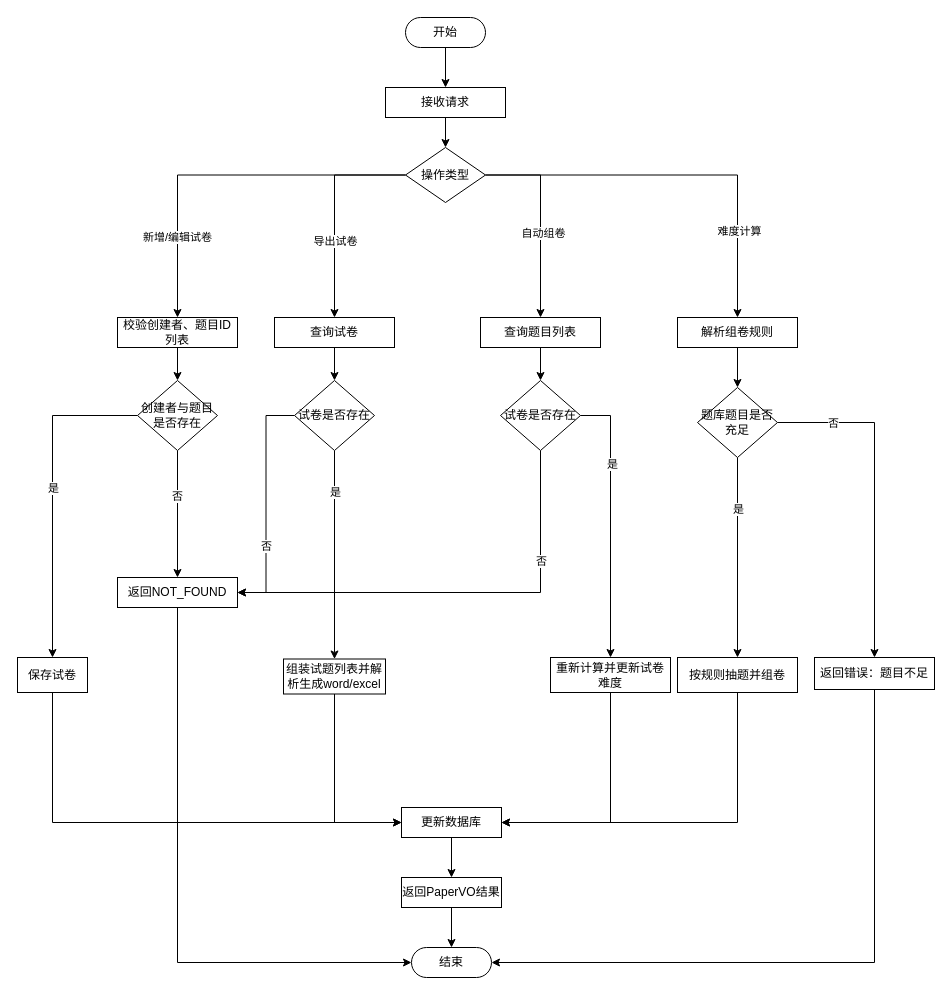
Above: page "试卷管理模块流程图" (9 of 13) of 题库E-R.drawio in ChenLiheng/question-project (draw.io), before the change. Source tidied: cells renumbered, new cells numbered last; positions are measured from the earlier drawing's top-left corner, leaving out a move shared by most shapes. Both pictures are drawn from the tidied source at 100%, with x=0, y=0 at pixel (17, 17).
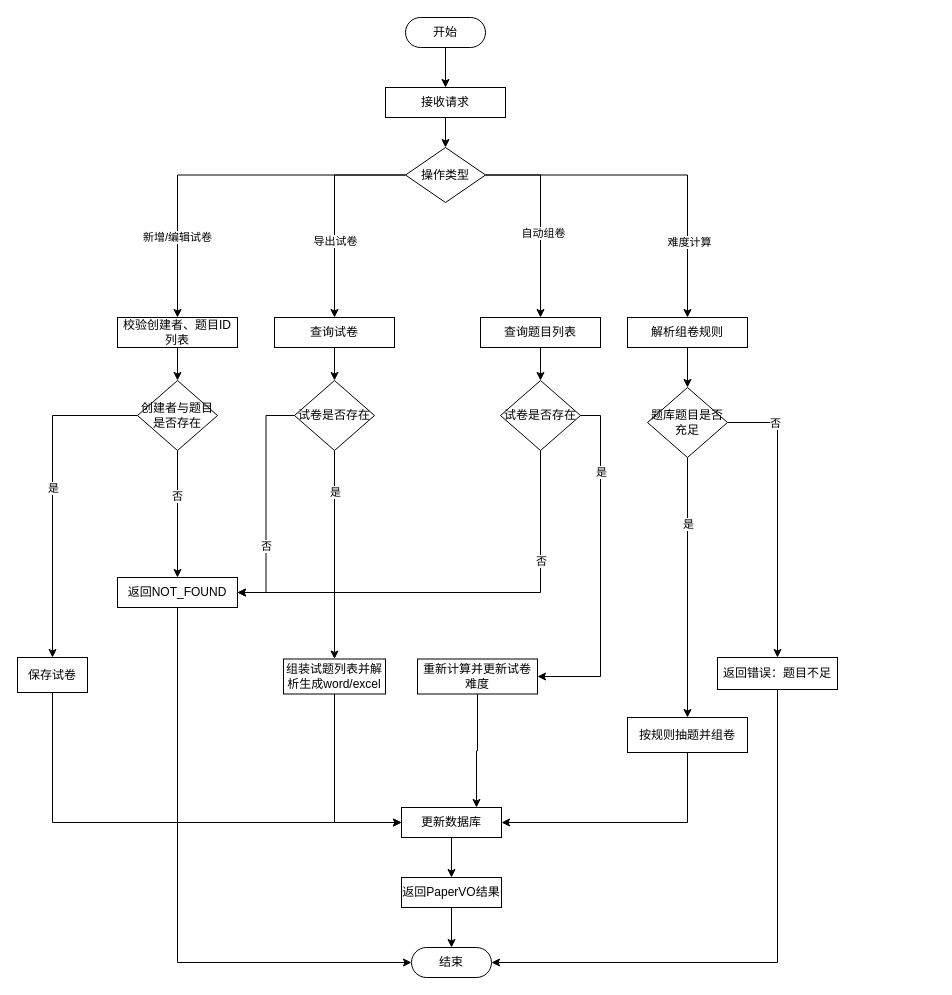
The same page after the edit.

Unchanged cells that the change refers to:
```xml
<mxCell id="42" value="试卷是否存在" style="rhombus;whiteSpace=wrap;html=1;dashed=0;" parent="1" vertex="1">
  <mxGeometry x="483" y="363" width="80" height="70" as="geometry" />
</mxCell>
<mxCell id="52" value="更新数据库" style="html=1;dashed=0;whiteSpace=wrap;" parent="1" vertex="1">
  <mxGeometry x="384" y="790" width="100" height="30" as="geometry" />
</mxCell>
<mxCell id="57" value="返回NOT_FOUND" style="whiteSpace=wrap;html=1;dashed=0;" parent="1" vertex="1">
  <mxGeometry x="100" y="560" width="120" height="30" as="geometry" />
</mxCell>
```

Diff of the diagram source:
```diff
@@
     <mxCell id="20" value="解析组卷规则" style="whiteSpace=wrap;html=1;dashed=0;" parent="1" vertex="1">
-      <mxGeometry x="660" y="300" width="120" height="30" as="geometry" />
+      <mxGeometry x="610" y="300" width="120" height="30" as="geometry" />
     </mxCell>
@@
-    <mxCell id="34" style="edgeStyle=orthogonalEdgeStyle;rounded=0;jettySize=auto;html=1;" parent="1" edge="1" source="38" target="48">
+    <mxCell id="34" style="edgeStyle=orthogonalEdgeStyle;rounded=0;jettySize=auto;html=1;exitX=1;exitY=0.5;exitDx=0;exitDy=0;" parent="1" edge="1" source="38" target="48">
       <mxGeometry relative="1" as="geometry" />
     </mxCell>
@@
     <mxCell id="38" value="题库题目是否充足" style="rhombus;whiteSpace=wrap;html=1;dashed=0;" parent="1" vertex="1">
-      <mxGeometry x="680" y="370" width="80" height="70" as="geometry" />
+      <mxGeometry x="630" y="370" width="80" height="70" as="geometry" />
     </mxCell>
+    <mxCell id="41" value="否" style="edgeStyle=orthogonalEdgeStyle;rounded=0;jettySize=auto;html=1;exitX=0.5;exitY=1;exitDx=0;exitDy=0;entryX=1;entryY=0.5;entryDx=0;entryDy=0;" parent="1" edge="1" source="42" target="57">
+      <mxGeometry x="-0.5" y="1" relative="1" as="geometry" />
+    </mxCell>
-    <mxCell id="39" style="edgeStyle=orthogonalEdgeStyle;rounded=0;jettySize=auto;html=1;exitX=1;exitY=0.5;exitDx=0;exitDy=0;" parent="1" edge="1" source="42" target="44">
+    <mxCell id="39" style="edgeStyle=orthogonalEdgeStyle;rounded=0;jettySize=auto;html=1;exitX=1;exitY=0.5;exitDx=0;exitDy=0;entryX=1;entryY=0.5;entryDx=0;entryDy=0;" parent="1" edge="1" source="42" target="44">
       <mxGeometry relative="1" as="geometry" />
     </mxCell>
     <mxCell id="40" value="是" style="edgeLabel;html=1;align=center;verticalAlign=middle;" parent="39" vertex="1">
-      <mxGeometry x="-0.43" y="1" relative="1" as="geometry" />
+      <mxGeometry x="-0.56" relative="1" as="geometry" />
     </mxCell>
-    <mxCell id="41" value="否" style="edgeStyle=orthogonalEdgeStyle;rounded=0;jettySize=auto;html=1;exitX=0.5;exitY=1;exitDx=0;exitDy=0;entryX=1;entryY=0.5;entryDx=0;entryDy=0;" parent="1" edge="1" source="42" target="57">
-      <mxGeometry x="-0.5" y="1" relative="1" as="geometry" />
-    </mxCell>
@@
-    <mxCell id="43" style="edgeStyle=orthogonalEdgeStyle;rounded=0;jettySize=auto;html=1;exitX=0.5;exitY=1;exitDx=0;exitDy=0;entryX=1;entryY=0.5;entryDx=0;entryDy=0;" parent="1" edge="1" source="44" target="52">
+    <mxCell id="43" style="edgeStyle=orthogonalEdgeStyle;rounded=0;jettySize=auto;html=1;exitX=0.5;exitY=1;exitDx=0;exitDy=0;entryX=0.75;entryY=0;entryDx=0;entryDy=0;" parent="1" edge="1" source="44" target="52">
       <mxGeometry relative="1" as="geometry" />
     </mxCell>
     <mxCell id="44" value="重新计算并更新试卷难度" style="whiteSpace=wrap;html=1;dashed=0;" parent="1" vertex="1">
-      <mxGeometry x="533" y="640" width="120" height="35" as="geometry" />
+      <mxGeometry x="400" y="641.5" width="120" height="35" as="geometry" />
     </mxCell>
@@
     <mxCell id="48" value="返回错误：题目不足" style="whiteSpace=wrap;html=1;dashed=0;" parent="1" vertex="1">
-      <mxGeometry x="797" y="640" width="120" height="32" as="geometry" />
+      <mxGeometry x="700" y="640" width="120" height="32" as="geometry" />
     </mxCell>
@@
     <mxCell id="50" value="按规则抽题并组卷" style="whiteSpace=wrap;html=1;dashed=0;" parent="1" vertex="1">
-      <mxGeometry x="660" y="640" width="120" height="35" as="geometry" />
+      <mxGeometry x="610" y="700" width="120" height="35" as="geometry" />
     </mxCell>
```
